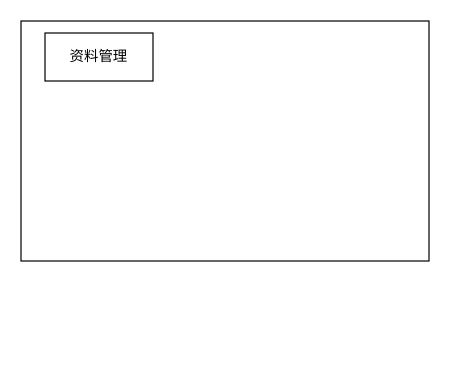
Before: imap_2/售前-业务架构图.drawio in DemonHan/KuickBuy, a draw.io diagram. Source tidied: cells renumbered, new cells numbered last; positions are measured from the earlier drawing's top-left corner, leaving out a move shared by most shapes. Both pictures are drawn from the tidied source at 120%, with x=0, y=0 at pixel (20, 20).
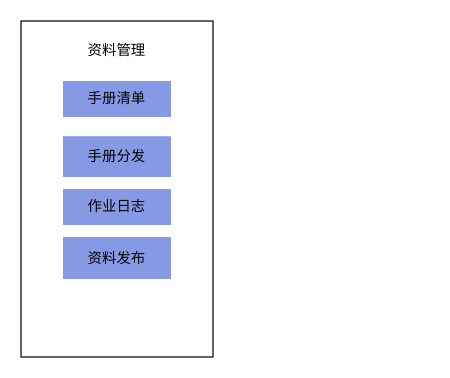
Above is the later version.

Commit message (it also covers changes not shown here):
更新售前-业务架构图.drawio

The edit, as a diff of the source:
```diff
@@
 <mxGraphModel>
   <root>
     <mxCell id="0" />
     <mxCell id="1" parent="0" />
     <mxCell id="2" style="rounded=0;whiteSpace=wrap;html=1;" parent="1" vertex="1">
-      <mxGeometry width="340" height="200" as="geometry" />
+      <mxGeometry width="160" height="280" as="geometry" />
     </mxCell>
-    <mxCell id="3" value="资料管理" style="rounded=0;whiteSpace=wrap;html=1;" parent="1" vertex="1">
-      <mxGeometry x="20" y="10" width="90" height="40" as="geometry" />
+    <mxCell id="3" value="手册清单" style="rounded=0;whiteSpace=wrap;html=1;fillColor=light-dark(#8699e4, #ededed);strokeColor=none;" parent="1" vertex="1">
+      <mxGeometry x="35" y="50" width="90" height="30" as="geometry" />
     </mxCell>
+    <mxCell id="4" value="资料管理" style="text;html=1;align=center;verticalAlign=middle;whiteSpace=wrap;rounded=0;" parent="1" vertex="1">
+      <mxGeometry x="50" y="10" width="60" height="30" as="geometry" />
+    </mxCell>
+    <mxCell id="5" value="手册分发" style="rounded=0;whiteSpace=wrap;html=1;fillColor=light-dark(#8699e4, #ededed);strokeColor=none;" parent="1" vertex="1">
+      <mxGeometry x="35" y="96" width="90" height="34" as="geometry" />
+    </mxCell>
+    <mxCell id="6" value="作业日志" style="rounded=0;whiteSpace=wrap;html=1;fillColor=light-dark(#8699e4, #ededed);strokeColor=none;" parent="1" vertex="1">
+      <mxGeometry x="35" y="140" width="90" height="30" as="geometry" />
+    </mxCell>
+    <mxCell id="7" value="资料发布" style="rounded=0;whiteSpace=wrap;html=1;fillColor=light-dark(#8699e4, #ededed);strokeColor=none;" parent="1" vertex="1">
+      <mxGeometry x="35" y="180" width="90" height="35" as="geometry" />
+    </mxCell>
   </root>
 </mxGraphModel>
```
